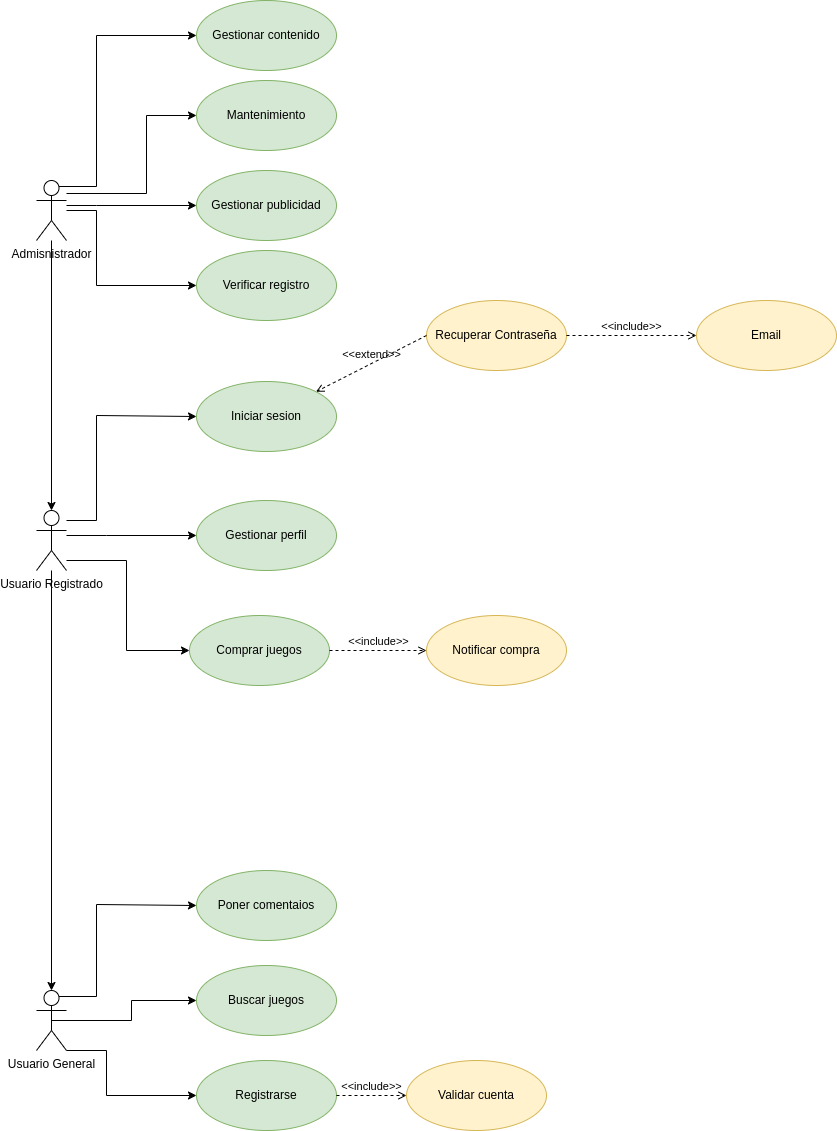
nexphernandez/Adict-Games keeps this draw.io diagram as images/diagramas/CasosDeUso.drawio.png. Above is the earlier version. Source tidied: cells renumbered, new cells last; positions are measured from the earlier drawing's top-left corner, leaving out a move shared by most shapes.
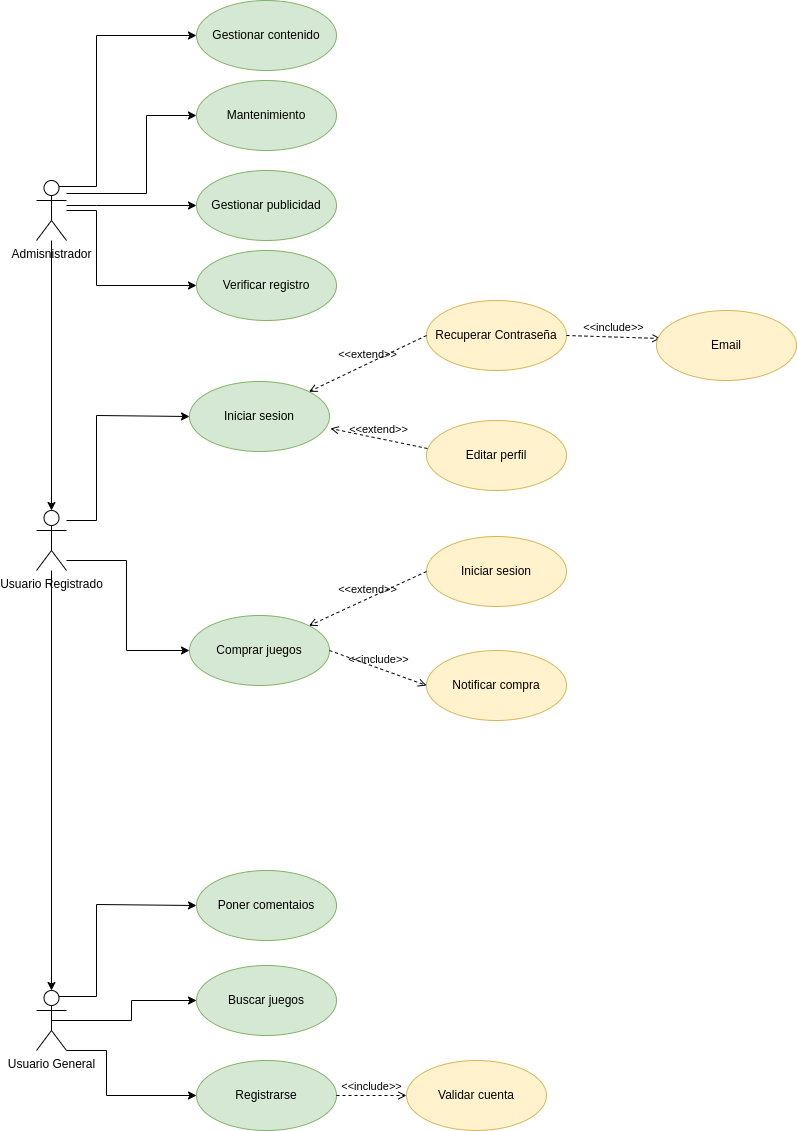
After the change.

Commit message:
Se actualiza el diagrama de casos de uso #3

Diff of the diagram source:
```diff
@@ -21,14 +21,6 @@
         </Array>
       </mxGeometry>
     </mxCell>
-    <mxCell id="5" style="edgeStyle=orthogonalEdgeStyle;rounded=0;jettySize=auto;html=1;entryX=0;entryY=0.5;entryDx=0;entryDy=0;" parent="1" edge="1" source="8" target="21">
-      <mxGeometry relative="1" as="geometry">
-        <Array as="points">
-          <mxPoint x="70" y="535" />
-          <mxPoint x="70" y="535" />
-        </Array>
-      </mxGeometry>
-    </mxCell>
     <mxCell id="6" style="edgeStyle=orthogonalEdgeStyle;rounded=0;jettySize=auto;html=1;entryX=0;entryY=0.5;entryDx=0;entryDy=0;" parent="1" edge="1" source="8" target="18">
       <mxGeometry relative="1" as="geometry">
         <Array as="points">
@@ -104,8 +96,8 @@
     <mxCell id="20" value="Mantenimiento" style="ellipse;whiteSpace=wrap;html=1;fillColor=#d5e8d4;strokeColor=#82b366;" parent="1" vertex="1">
       <mxGeometry x="160" y="80" width="140" height="70" as="geometry" />
     </mxCell>
-    <mxCell id="21" value="Gestionar perfil" style="ellipse;whiteSpace=wrap;html=1;fillColor=#d5e8d4;strokeColor=#82b366;" parent="1" vertex="1">
-      <mxGeometry x="160" y="500" width="140" height="70" as="geometry" />
+    <mxCell id="21" value="Editar perfil" style="ellipse;whiteSpace=wrap;html=1;fillColor=#fff2cc;strokeColor=#d6b656;" parent="1" vertex="1">
+      <mxGeometry x="390" y="420" width="140" height="70" as="geometry" />
     </mxCell>
     <mxCell id="22" value="Gestionar publicidad" style="ellipse;whiteSpace=wrap;html=1;fillColor=#d5e8d4;strokeColor=#82b366;labelBackgroundColor=none;" parent="1" vertex="1">
       <mxGeometry x="160" y="170" width="140" height="70" as="geometry" />
@@ -114,7 +106,7 @@
       <mxGeometry x="160" y="250" width="140" height="70" as="geometry" />
     </mxCell>
     <mxCell id="24" value="Notificar compra" style="ellipse;whiteSpace=wrap;html=1;fillColor=#fff2cc;strokeColor=#d6b656;" parent="1" vertex="1">
-      <mxGeometry x="390" y="615" width="140" height="70" as="geometry" />
+      <mxGeometry x="390" y="650" width="140" height="70" as="geometry" />
     </mxCell>
     <mxCell id="25" value="Validar cuenta" style="ellipse;whiteSpace=wrap;html=1;fillColor=#fff2cc;strokeColor=#d6b656;" parent="1" vertex="1">
       <mxGeometry x="370" y="1060" width="140" height="70" as="geometry" />
@@ -123,7 +115,7 @@
       <mxGeometry relative="1" as="geometry" />
     </mxCell>
     <mxCell id="27" value="Iniciar sesion" style="ellipse;whiteSpace=wrap;html=1;fillColor=#d5e8d4;strokeColor=#82b366;" parent="1" vertex="1">
-      <mxGeometry x="160" y="381" width="140" height="70" as="geometry" />
+      <mxGeometry x="153" y="381" width="140" height="70" as="geometry" />
     </mxCell>
     <mxCell id="28" value="&amp;lt;&amp;lt;include&amp;gt;&amp;gt;" style="edgeStyle=none;html=1;endArrow=open;verticalAlign=bottom;dashed=1;labelBackgroundColor=none;exitX=1;exitY=0.5;exitDx=0;exitDy=0;entryX=0;entryY=0.5;entryDx=0;entryDy=0;" parent="1" edge="1" source="18" target="24">
       <mxGeometry relative="1" as="geometry" />
@@ -140,13 +132,20 @@
     <mxCell id="32" value="&amp;lt;&amp;lt;extend&amp;gt;&amp;gt;" style="html=1;verticalAlign=bottom;labelBackgroundColor=none;endArrow=open;endFill=0;dashed=1;exitX=0;exitY=0.5;exitDx=0;exitDy=0;entryX=1;entryY=0;entryDx=0;entryDy=0;" parent="1" edge="1" source="31" target="27">
       <mxGeometry relative="1" as="geometry" />
     </mxCell>
-    <mxCell id="33" value="&amp;lt;&amp;lt;include&amp;gt;&amp;gt;" style="edgeStyle=none;html=1;endArrow=open;verticalAlign=bottom;dashed=1;labelBackgroundColor=none;exitX=1;exitY=0.5;exitDx=0;exitDy=0;" parent="1" edge="1" source="31">
-      <mxGeometry relative="1" as="geometry">
-        <mxPoint x="660" y="335" as="targetPoint" />
-      </mxGeometry>
+    <mxCell id="33" value="&amp;lt;&amp;lt;include&amp;gt;&amp;gt;" style="edgeStyle=none;html=1;endArrow=open;verticalAlign=bottom;dashed=1;labelBackgroundColor=none;exitX=1;exitY=0.5;exitDx=0;exitDy=0;entryX=0.029;entryY=0.4;entryDx=0;entryDy=0;entryPerimeter=0;" parent="1" edge="1" source="31" target="34">
+      <mxGeometry relative="1" as="geometry" />
     </mxCell>
     <mxCell id="34" value="Email" style="ellipse;whiteSpace=wrap;html=1;fillColor=#fff2cc;strokeColor=#d6b656;" parent="1" vertex="1">
-      <mxGeometry x="660" y="300" width="140" height="70" as="geometry" />
+      <mxGeometry x="620" y="310" width="140" height="70" as="geometry" />
     </mxCell>
+    <mxCell id="35" value="&amp;lt;&amp;lt;extend&amp;gt;&amp;gt;" style="html=1;verticalAlign=bottom;labelBackgroundColor=none;endArrow=open;endFill=0;dashed=1;exitX=0.007;exitY=0.4;exitDx=0;exitDy=0;entryX=1.007;entryY=0.671;entryDx=0;entryDy=0;exitPerimeter=0;entryPerimeter=0;" parent="1" edge="1" source="21" target="27">
+      <mxGeometry relative="1" as="geometry" />
+    </mxCell>
+    <mxCell id="36" value="Iniciar sesion" style="ellipse;whiteSpace=wrap;html=1;fillColor=#fff2cc;strokeColor=#d6b656;" parent="1" vertex="1">
+      <mxGeometry x="390" y="536" width="140" height="70" as="geometry" />
+    </mxCell>
+    <mxCell id="37" value="&amp;lt;&amp;lt;extend&amp;gt;&amp;gt;" style="html=1;verticalAlign=bottom;labelBackgroundColor=none;endArrow=open;endFill=0;dashed=1;exitX=0;exitY=0.5;exitDx=0;exitDy=0;entryX=1;entryY=0;entryDx=0;entryDy=0;" parent="1" edge="1" source="36" target="18">
+      <mxGeometry relative="1" as="geometry" />
+    </mxCell>
   </root>
 </mxGraphModel>
```
